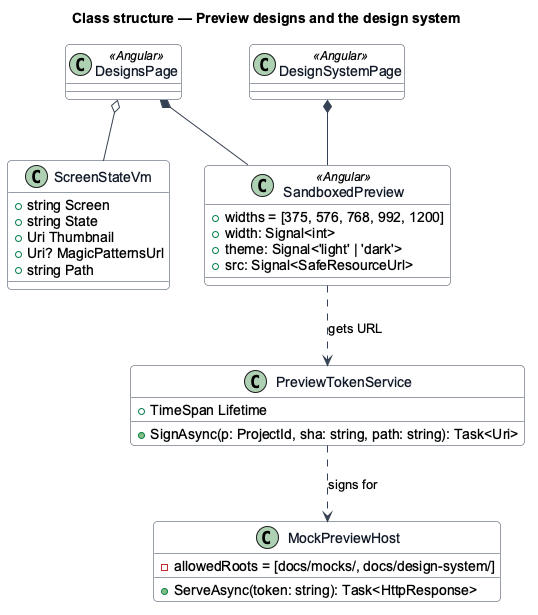
QuinntyneBrown/hewn keeps this PlantUML diagram as docs/detailed-designs/mission-control/preview-designs/diagrams/class-structure.png. Above is the earlier version.
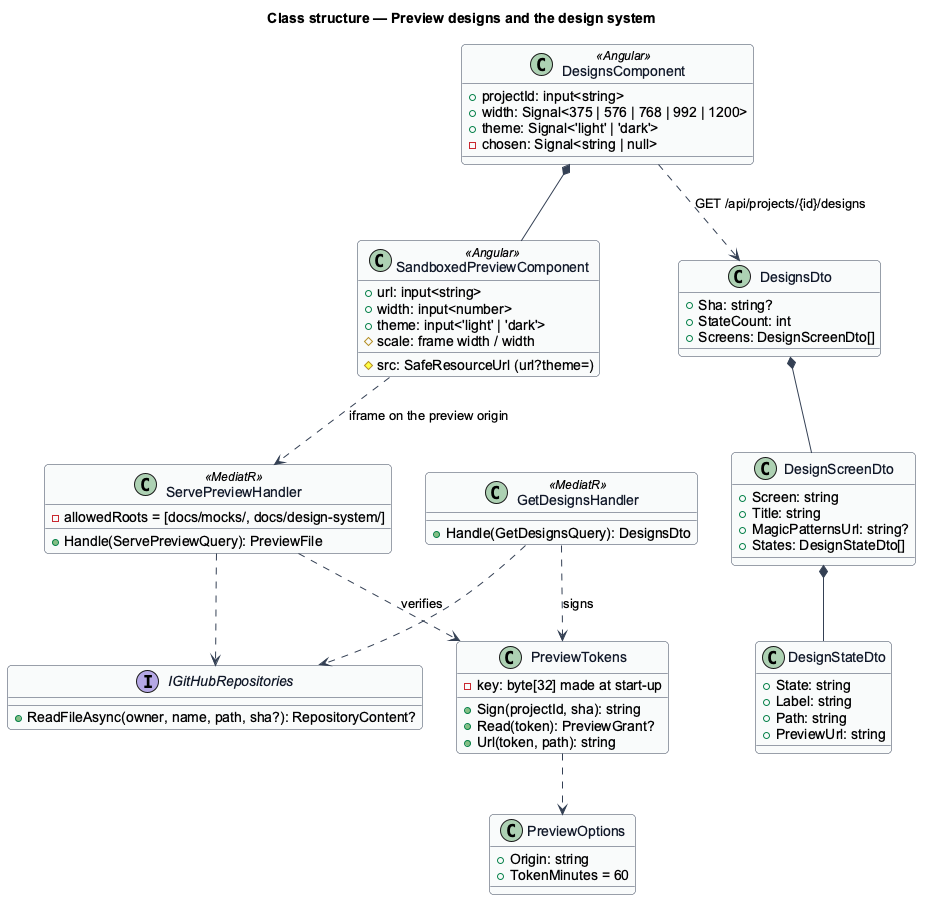
Above is the later version.

The edit, as a diff of the source:
```diff
@@ -11,32 +11,64 @@
 }
 title Class structure — Preview designs and the design system
 
-class SandboxedPreview <<Angular>> {
-  +widths = [375, 576, 768, 992, 1200]
-  +width: Signal<int>
+class DesignsComponent <<Angular>> {
+  +projectId: input<string>
+  +width: Signal<375 | 576 | 768 | 992 | 1200>
   +theme: Signal<'light' | 'dark'>
-  +src: Signal<SafeResourceUrl>
+  -chosen: Signal<string | null>
 }
-class PreviewTokenService {
-  +SignAsync(p: ProjectId, sha: string, path: string): Task<Uri>
-  +TimeSpan Lifetime
+class SandboxedPreviewComponent <<Angular>> {
+  +url: input<string>
+  +width: input<number>
+  +theme: input<'light' | 'dark'>
+  #src: SafeResourceUrl (url?theme=)
+  #scale: frame width / width
 }
-class MockPreviewHost {
-  +ServeAsync(token: string): Task<HttpResponse>
+class DesignsDto {
+  +Sha: string?
+  +StateCount: int
+  +Screens: DesignScreenDto[]
+}
+class DesignScreenDto {
+  +Screen: string
+  +Title: string
+  +MagicPatternsUrl: string?
+  +States: DesignStateDto[]
+}
+class DesignStateDto {
+  +State: string
+  +Label: string
+  +Path: string
+  +PreviewUrl: string
+}
+class GetDesignsHandler <<MediatR>> {
+  +Handle(GetDesignsQuery): DesignsDto
+}
+class PreviewTokens {
+  -key: byte[32] made at start-up
+  +Sign(projectId, sha): string
+  +Read(token): PreviewGrant?
+  +Url(token, path): string
+}
+class ServePreviewHandler <<MediatR>> {
+  +Handle(ServePreviewQuery): PreviewFile
   -allowedRoots = [docs/mocks/, docs/design-system/]
 }
-class ScreenStateVm {
-  +string Screen
-  +string State
-  +Uri Thumbnail
-  +Uri? MagicPatternsUrl
-  +string Path
+class PreviewOptions {
+  +Origin: string
+  +TokenMinutes = 60
 }
-class DesignsPage <<Angular>>
-class DesignSystemPage <<Angular>>
-DesignsPage *-- SandboxedPreview
-DesignSystemPage *-- SandboxedPreview
-DesignsPage o-- ScreenStateVm
-SandboxedPreview ..> PreviewTokenService : gets URL
-PreviewTokenService ..> MockPreviewHost : signs for
+interface IGitHubRepositories {
+  +ReadFileAsync(owner, name, path, sha?): RepositoryContent?
+}
+DesignsComponent *-- SandboxedPreviewComponent
+DesignsComponent ..> DesignsDto : GET /api/projects/{id}/designs
+DesignsDto *-- DesignScreenDto
+DesignScreenDto *-- DesignStateDto
+GetDesignsHandler ..> PreviewTokens : signs
+GetDesignsHandler ..> IGitHubRepositories
+ServePreviewHandler ..> PreviewTokens : verifies
+ServePreviewHandler ..> IGitHubRepositories
+PreviewTokens ..> PreviewOptions
+SandboxedPreviewComponent ..> ServePreviewHandler : iframe on the preview origin
 @enduml
```
